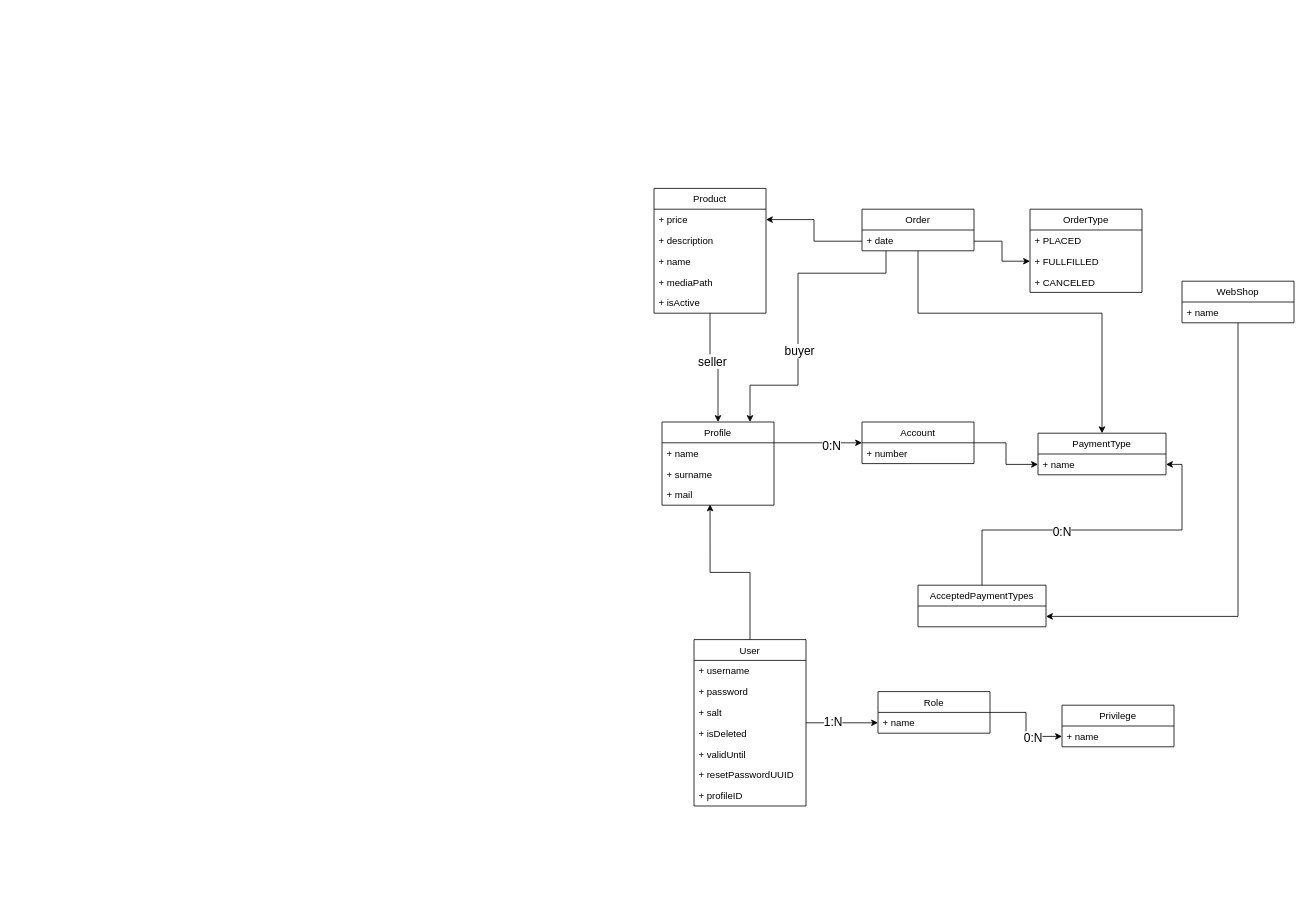
Before: uml/model.drawio in One-E2-Team/ubiquitous-payment, a draw.io diagram. Source tidied: cells renumbered, new cells numbered last; positions are measured from the earlier drawing's top-left corner, leaving out a move shared by most shapes. Both pictures are drawn from the tidied source at 80%, with x=0, y=0 at pixel (654, 188).
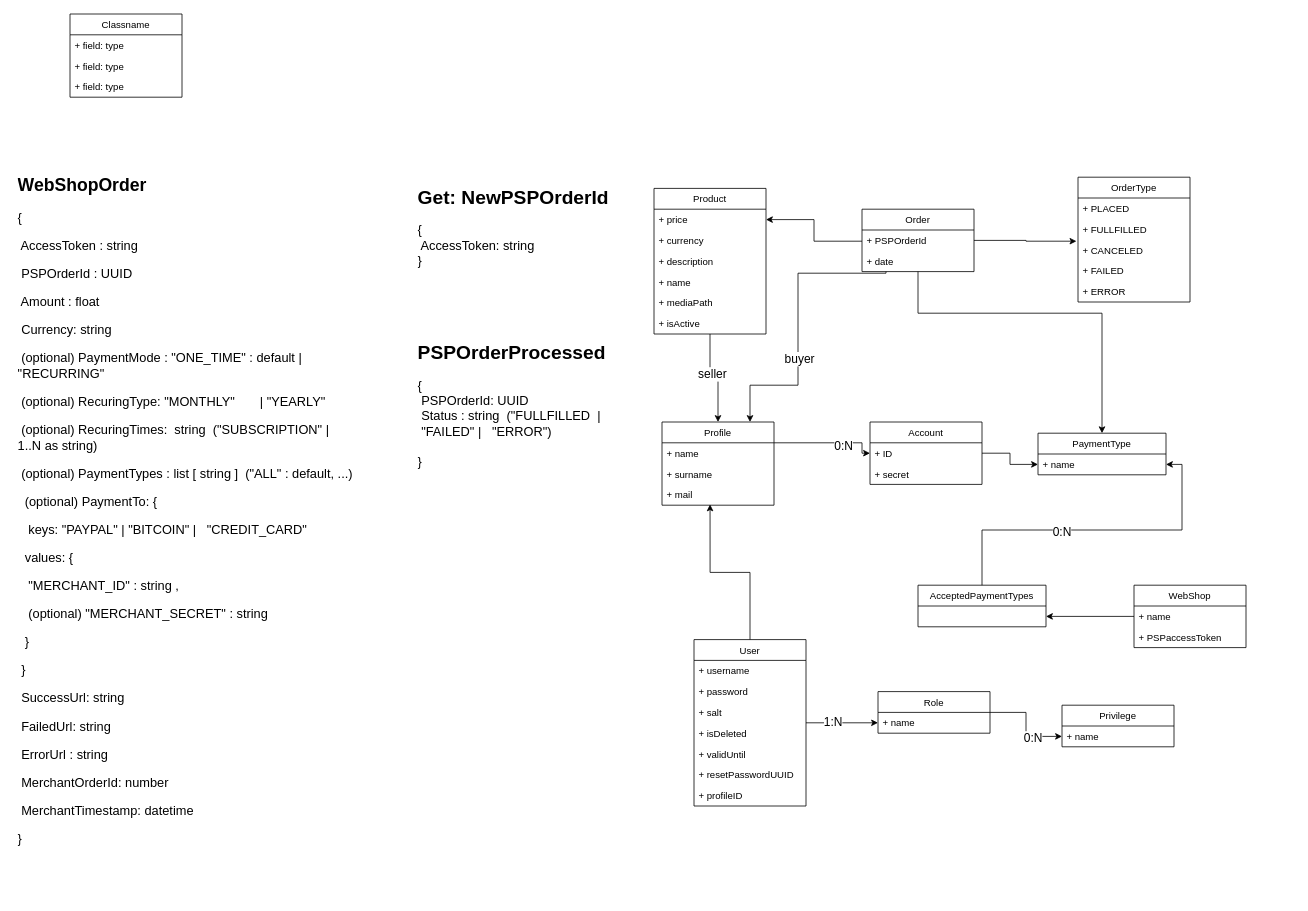
The same page after the edit.

The change refers to these unchanged cells:
```xml
<mxCell id="15" value="Profile" style="swimlane;fontStyle=0;horizontal=1;startSize=26;fillColor=none;" parent="1" vertex="1">
  <mxGeometry x="10" y="292" width="140" height="104" as="geometry" />
</mxCell>
<mxCell id="50" value="+ FULLFILLED" style="text;strokeColor=none;fillColor=none;align=left;verticalAlign=top;spacingLeft=4;spacingRight=4;overflow=hidden;points=[[0,0.5],[1,0.5]];portConstraint=eastwest;fontSize=12;" parent="48" vertex="1">
  <mxGeometry y="52" width="140" height="26" as="geometry" />
</mxCell>
<mxCell id="51" value="+ CANCELED" style="text;strokeColor=none;fillColor=none;align=left;verticalAlign=top;spacingLeft=4;spacingRight=4;overflow=hidden;points=[[0,0.5],[1,0.5]];portConstraint=eastwest;fontSize=12;" parent="48" vertex="1">
  <mxGeometry y="78" width="140" height="26" as="geometry" />
</mxCell>
```

Diff of the diagram source:
```diff
@@
     <mxCell id="4" value="Product" style="swimlane;fontStyle=0;horizontal=1;startSize=26;fillColor=none;" parent="1" vertex="1">
-      <mxGeometry width="140" height="156" as="geometry" />
+      <mxGeometry width="140" height="182" as="geometry" />
     </mxCell>
@@
+    <mxCell id="55" value="+ currency" style="text;strokeColor=none;fillColor=none;align=left;verticalAlign=top;spacingLeft=4;spacingRight=4;overflow=hidden;" parent="4" vertex="1">
+      <mxGeometry y="52" width="140" height="26" as="geometry" />
+    </mxCell>
     <mxCell id="6" value="+ description" style="text;strokeColor=none;fillColor=none;align=left;verticalAlign=top;spacingLeft=4;spacingRight=4;overflow=hidden;" parent="4" vertex="1">
-      <mxGeometry y="52" width="140" height="26" as="geometry" />
+      <mxGeometry y="78" width="140" height="26" as="geometry" />
     </mxCell>
     <mxCell id="7" value="+ name" style="text;strokeColor=none;fillColor=none;align=left;verticalAlign=top;spacingLeft=4;spacingRight=4;overflow=hidden;" parent="4" vertex="1">
-      <mxGeometry y="78" width="140" height="26" as="geometry" />
+      <mxGeometry y="104" width="140" height="26" as="geometry" />
     </mxCell>
     <mxCell id="8" value="+ mediaPath" style="text;strokeColor=none;fillColor=none;align=left;verticalAlign=top;spacingLeft=4;spacingRight=4;overflow=hidden;" parent="4" vertex="1">
-      <mxGeometry y="104" width="140" height="26" as="geometry" />
+      <mxGeometry y="130" width="140" height="26" as="geometry" />
     </mxCell>
     <mxCell id="9" value="+ isActive" style="text;strokeColor=none;fillColor=none;align=left;verticalAlign=top;spacingLeft=4;spacingRight=4;overflow=hidden;" parent="4" vertex="1">
-      <mxGeometry y="130" width="140" height="26" as="geometry" />
+      <mxGeometry y="156" width="140" height="26" as="geometry" />
     </mxCell>
@@
     <mxCell id="11" value="WebShop" style="swimlane;fontStyle=0;horizontal=1;startSize=26;fillColor=none;" parent="1" vertex="1">
-      <mxGeometry x="660" y="116" width="140" height="52" as="geometry" />
+      <mxGeometry x="600" y="496" width="140" height="78" as="geometry" />
     </mxCell>
@@
+    <mxCell id="56" value="+ PSPaccessToken" style="text;strokeColor=none;fillColor=none;align=left;verticalAlign=top;spacingLeft=4;spacingRight=4;overflow=hidden;" parent="11" vertex="1">
+      <mxGeometry y="52" width="140" height="26" as="geometry" />
+    </mxCell>
     <mxCell id="13" style="edgeStyle=orthogonalEdgeStyle;rounded=0;jettySize=auto;html=1;entryX=0;entryY=0.5;entryDx=0;entryDy=0;" parent="1" edge="1" source="15" target="29">
       <mxGeometry relative="1" as="geometry">
         <Array as="points">
-          <mxPoint x="210" y="318" />
-          <mxPoint x="210" y="318" />
+          <mxPoint x="260" y="318" />
         </Array>
       </mxGeometry>
     </mxCell>
@@
-    <mxCell id="22" style="edgeStyle=orthogonalEdgeStyle;rounded=0;jettySize=auto;html=1;entryX=0;entryY=0.5;entryDx=0;entryDy=0;fontSize=15;" parent="1" edge="1" source="24" target="50">
-      <mxGeometry relative="1" as="geometry">
-        <Array as="points">
-          <mxPoint x="435" y="66" />
-          <mxPoint x="435" y="91" />
-        </Array>
-      </mxGeometry>
-    </mxCell>
@@
+    <mxCell id="57" style="edgeStyle=orthogonalEdgeStyle;rounded=0;jettySize=auto;html=1;entryX=-0.014;entryY=0.077;entryDx=0;entryDy=0;entryPerimeter=0;fontSize=24;" parent="1" edge="1" source="24" target="51">
+      <mxGeometry relative="1" as="geometry" />
+    </mxCell>
     <mxCell id="24" value="Order" style="swimlane;fontStyle=0;horizontal=1;startSize=26;fillColor=none;" parent="1" vertex="1">
-      <mxGeometry x="260" y="26" width="140" height="52" as="geometry" />
+      <mxGeometry x="260" y="26" width="140" height="78" as="geometry" />
     </mxCell>
+    <mxCell id="58" value="+ PSPOrderId" style="text;strokeColor=none;fillColor=none;align=left;verticalAlign=top;spacingLeft=4;spacingRight=4;overflow=hidden;" parent="24" vertex="1">
+      <mxGeometry y="26" width="140" height="26" as="geometry" />
+    </mxCell>
     <mxCell id="25" value="+ date" style="text;strokeColor=none;fillColor=none;align=left;verticalAlign=top;spacingLeft=4;spacingRight=4;overflow=hidden;" parent="24" vertex="1">
-      <mxGeometry y="26" width="140" height="26" as="geometry" />
+      <mxGeometry y="52" width="140" height="26" as="geometry" />
     </mxCell>
@@
     <mxCell id="29" value="Account" style="swimlane;fontStyle=0;horizontal=1;startSize=26;fillColor=none;" parent="1" vertex="1">
-      <mxGeometry x="260" y="292" width="140" height="52" as="geometry" />
+      <mxGeometry x="270" y="292" width="140" height="78" as="geometry" />
     </mxCell>
-    <mxCell id="30" value="+ number" style="text;strokeColor=none;fillColor=none;align=left;verticalAlign=top;spacingLeft=4;spacingRight=4;overflow=hidden;" parent="29" vertex="1">
+    <mxCell id="30" value="+ ID" style="text;strokeColor=none;fillColor=none;align=left;verticalAlign=top;spacingLeft=4;spacingRight=4;overflow=hidden;" parent="29" vertex="1">
       <mxGeometry y="26" width="140" height="26" as="geometry" />
     </mxCell>
+    <mxCell id="59" value="+ secret" style="text;strokeColor=none;fillColor=none;align=left;verticalAlign=top;spacingLeft=4;spacingRight=4;overflow=hidden;" parent="29" vertex="1">
+      <mxGeometry y="52" width="140" height="26" as="geometry" />
+    </mxCell>
@@
     <mxCell id="48" value="OrderType" style="swimlane;fontStyle=0;horizontal=1;startSize=26;fillColor=none;fontSize=12;" parent="1" vertex="1">
-      <mxGeometry x="470" y="26" width="140" height="104" as="geometry" />
+      <mxGeometry x="530" y="-14" width="140" height="156" as="geometry" />
     </mxCell>
@@
+    <mxCell id="60" value="+ FAILED" style="text;strokeColor=none;fillColor=none;align=left;verticalAlign=top;spacingLeft=4;spacingRight=4;overflow=hidden;fontSize=12;" parent="48" vertex="1">
+      <mxGeometry y="104" width="140" height="26" as="geometry" />
+    </mxCell>
+    <mxCell id="61" value="+ ERROR" style="text;strokeColor=none;fillColor=none;align=left;verticalAlign=top;spacingLeft=4;spacingRight=4;overflow=hidden;fontSize=12;" parent="48" vertex="1">
+      <mxGeometry y="130" width="140" height="26" as="geometry" />
+    </mxCell>
@@
+    <mxCell id="62" value="Classname" style="swimlane;fontStyle=0;horizontal=1;startSize=26;fillColor=none;" parent="1" vertex="1">
+      <mxGeometry x="-730" y="-218" width="140" height="104" as="geometry" />
+    </mxCell>
+    <mxCell id="63" value="+ field: type" style="text;strokeColor=none;fillColor=none;align=left;verticalAlign=top;spacingLeft=4;spacingRight=4;overflow=hidden;" parent="62" vertex="1">
+      <mxGeometry y="26" width="140" height="26" as="geometry" />
+    </mxCell>
+    <mxCell id="64" value="+ field: type" style="text;strokeColor=none;fillColor=none;align=left;verticalAlign=top;spacingLeft=4;spacingRight=4;overflow=hidden;" parent="62" vertex="1">
+      <mxGeometry y="52" width="140" height="26" as="geometry" />
+    </mxCell>
+    <mxCell id="65" value="+ field: type" style="text;strokeColor=none;fillColor=none;align=left;verticalAlign=top;spacingLeft=4;spacingRight=4;overflow=hidden;" parent="62" vertex="1">
+      <mxGeometry y="78" width="140" height="26" as="geometry" />
+    </mxCell>
+    <mxCell id="66" value="&lt;h1&gt;&lt;font style=&quot;font-size: 22px&quot;&gt;WebShopOrder&amp;nbsp;&lt;/font&gt;&lt;/h1&gt;&lt;p style=&quot;font-size: 16px&quot;&gt;&lt;font style=&quot;font-size: 16px&quot;&gt;{&lt;/font&gt;&lt;/p&gt;&lt;p style=&quot;font-size: 16px&quot;&gt;&lt;font style=&quot;font-size: 16px&quot;&gt;&lt;span style=&quot;white-space: pre&quot;&gt; &lt;/span&gt;AccessToken : string&lt;br&gt;&lt;/font&gt;&lt;/p&gt;&lt;p style=&quot;font-size: 16px&quot;&gt;&lt;font style=&quot;font-size: 16px&quot;&gt;&lt;span style=&quot;white-space: pre&quot;&gt; &lt;/span&gt;PSPOrderId : UUID&lt;br&gt;&lt;/font&gt;&lt;/p&gt;&lt;p style=&quot;font-size: 16px&quot;&gt;&lt;span style=&quot;white-space: pre&quot;&gt; &lt;/span&gt;Amount : float&lt;br&gt;&lt;/p&gt;&lt;p style=&quot;font-size: 16px&quot;&gt;&lt;span style=&quot;white-space: pre&quot;&gt; &lt;/span&gt;Currency: string&lt;br&gt;&lt;/p&gt;&lt;p style=&quot;font-size: 16px&quot;&gt;&lt;span style=&quot;white-space: pre&quot;&gt; &lt;/span&gt;(optional) PaymentMode : &quot;ONE_TIME&quot; : default | &quot;RECURRING&quot;&amp;nbsp;&lt;br&gt;&lt;/p&gt;&lt;p style=&quot;font-size: 16px&quot;&gt;&lt;span style=&quot;white-space: pre&quot;&gt; &lt;/span&gt;(optional) RecuringType: &quot;MONTHLY&quot; &lt;span style=&quot;white-space: pre&quot;&gt; &lt;/span&gt;&lt;span style=&quot;white-space: pre&quot;&gt; &lt;/span&gt;&lt;span style=&quot;white-space: pre&quot;&gt; &lt;/span&gt;&lt;span style=&quot;white-space: pre&quot;&gt; &lt;/span&gt;&lt;span style=&quot;white-space: pre&quot;&gt; &lt;/span&gt;&lt;span style=&quot;white-space: pre&quot;&gt; &lt;/span&gt;|&amp;nbsp;&lt;span&gt;&quot;YEARLY&quot;&lt;/span&gt;&lt;/p&gt;&lt;p style=&quot;font-size: 16px&quot;&gt;&lt;span&gt;&lt;span style=&quot;white-space: pre&quot;&gt; &lt;/span&gt;(optional) RecuringTimes:&amp;nbsp; string &lt;span style=&quot;white-space: pre&quot;&gt; &lt;/span&gt;(&quot;SUBSCRIPTION&quot; |&amp;nbsp; 1..N as string)&lt;br&gt;&lt;/span&gt;&lt;/p&gt;&lt;p style=&quot;font-size: 16px&quot;&gt;&lt;span&gt;&lt;span style=&quot;white-space: pre&quot;&gt; &lt;/span&gt;(optional) PaymentTypes : list [ string ] &lt;span style=&quot;white-space: pre&quot;&gt; &lt;/span&gt;(&quot;ALL&quot; : default, ...)&lt;/span&gt;&lt;/p&gt;&lt;p style=&quot;font-size: 16px&quot;&gt;&lt;span&gt;&lt;span style=&quot;white-space: pre&quot;&gt; &lt;/span&gt;&amp;nbsp;(optional) PaymentTo: {&lt;br&gt;&lt;/span&gt;&lt;/p&gt;&lt;p style=&quot;font-size: 16px&quot;&gt;&lt;span&gt;&lt;span style=&quot;white-space: pre&quot;&gt; &lt;/span&gt;&lt;span style=&quot;white-space: pre&quot;&gt; &lt;/span&gt;&amp;nbsp;keys: &quot;PAYPAL&quot; | &quot;BITCOIN&quot; | &lt;span style=&quot;white-space: pre&quot;&gt; &lt;/span&gt;&lt;span style=&quot;white-space: pre&quot;&gt; &lt;/span&gt;&quot;CREDIT_CARD&quot;&lt;br&gt;&lt;/span&gt;&lt;/p&gt;&lt;p style=&quot;font-size: 16px&quot;&gt;&lt;span&gt;&lt;span style=&quot;white-space: pre&quot;&gt; &lt;/span&gt;&lt;span style=&quot;white-space: pre&quot;&gt; &lt;/span&gt;values: {&lt;br&gt;&lt;/span&gt;&lt;/p&gt;&lt;p style=&quot;font-size: 16px&quot;&gt;&lt;span&gt;&lt;span style=&quot;white-space: pre&quot;&gt; &lt;/span&gt;&lt;span style=&quot;white-space: pre&quot;&gt; &lt;/span&gt;&lt;span style=&quot;white-space: pre&quot;&gt; &lt;/span&gt;&quot;MERCHANT_ID&quot; : string ,&lt;br&gt;&lt;/span&gt;&lt;/p&gt;&lt;p style=&quot;font-size: 16px&quot;&gt;&lt;span&gt;&lt;span style=&quot;white-space: pre&quot;&gt; &lt;/span&gt;&lt;span style=&quot;white-space: pre&quot;&gt; &lt;/span&gt;&lt;span style=&quot;white-space: pre&quot;&gt; &lt;/span&gt;(optional) &quot;MERCHANT_SECRET&quot; : string&lt;br&gt;&lt;/span&gt;&lt;/p&gt;&lt;p style=&quot;font-size: 16px&quot;&gt;&lt;span&gt;&lt;span style=&quot;white-space: pre&quot;&gt; &lt;/span&gt;&lt;span style=&quot;white-space: pre&quot;&gt; &lt;/span&gt;}&lt;br&gt;&lt;/span&gt;&lt;/p&gt;&lt;p style=&quot;font-size: 16px&quot;&gt;&lt;span&gt;&lt;span style=&quot;white-space: pre&quot;&gt; &lt;/span&gt;}&lt;br&gt;&lt;/span&gt;&lt;/p&gt;&lt;p style=&quot;font-size: 16px&quot;&gt;&lt;span&gt;&lt;span style=&quot;white-space: pre&quot;&gt; &lt;/span&gt;SuccessUrl: string&lt;br&gt;&lt;/span&gt;&lt;/p&gt;&lt;p style=&quot;font-size: 16px&quot;&gt;&lt;span&gt;&lt;span style=&quot;white-space: pre&quot;&gt; &lt;/span&gt;FailedUrl: string&lt;br&gt;&lt;/span&gt;&lt;/p&gt;&lt;p style=&quot;font-size: 16px&quot;&gt;&lt;span&gt;&lt;span style=&quot;white-space: pre&quot;&gt; &lt;/span&gt;ErrorUrl : string&lt;br&gt;&lt;/span&gt;&lt;/p&gt;&lt;p style=&quot;font-size: 16px&quot;&gt;&lt;span&gt;&lt;span style=&quot;white-space: pre&quot;&gt; &lt;/span&gt;MerchantOrderId: number&lt;br&gt;&lt;/span&gt;&lt;/p&gt;&lt;p style=&quot;font-size: 16px&quot;&gt;&lt;span&gt;&lt;span style=&quot;white-space: pre&quot;&gt; &lt;/span&gt;MerchantTimestamp: datetime&lt;br&gt;&lt;/span&gt;&lt;/p&gt;&lt;p style=&quot;font-size: 16px&quot;&gt;&lt;font style=&quot;font-size: 16px&quot;&gt;}&lt;/font&gt;&lt;/p&gt;" style="text;html=1;strokeColor=none;fillColor=none;spacing=5;spacingTop=-20;whiteSpace=wrap;overflow=hidden;rounded=0;" parent="1" vertex="1">
+      <mxGeometry x="-800" y="-24" width="430" height="910" as="geometry" />
+    </mxCell>
+    <mxCell id="67" value="&lt;h1 style=&quot;font-size: 24px&quot;&gt;Get: NewPSPOrderId&lt;/h1&gt;&lt;div&gt;{&lt;/div&gt;&lt;div&gt;&lt;span style=&quot;white-space: pre&quot;&gt; &lt;/span&gt;AccessToken: string&lt;br&gt;&lt;/div&gt;&lt;div&gt;}&lt;/div&gt;" style="text;html=1;strokeColor=none;fillColor=none;spacing=5;spacingTop=-20;whiteSpace=wrap;overflow=hidden;rounded=0;fontSize=16;" parent="1" vertex="1">
+      <mxGeometry x="-300" y="-8" width="250" height="134" as="geometry" />
+    </mxCell>
+    <mxCell id="68" value="&lt;h1 style=&quot;font-size: 24px&quot;&gt;PSPOrderProcessed&lt;/h1&gt;&lt;div&gt;{&lt;/div&gt;&lt;div&gt;&lt;span style=&quot;white-space: pre&quot;&gt; &lt;/span&gt;PSPOrderId: UUID&lt;br&gt;&lt;/div&gt;&lt;div&gt;&lt;span style=&quot;white-space: pre&quot;&gt; &lt;/span&gt;Status : string &lt;span style=&quot;white-space: pre&quot;&gt; &lt;/span&gt;(&quot;FULLFILLED&amp;nbsp;&amp;nbsp;|&amp;nbsp;&quot;FAILED&quot; | &lt;span style=&quot;white-space: pre&quot;&gt; &lt;/span&gt;&lt;span style=&quot;white-space: pre&quot;&gt; &lt;/span&gt;&quot;ERROR&quot;)&lt;/div&gt;&lt;div&gt;&lt;br&gt;&lt;/div&gt;&lt;div&gt;}&lt;/div&gt;" style="text;html=1;strokeColor=none;fillColor=none;spacing=5;spacingTop=-20;whiteSpace=wrap;overflow=hidden;rounded=0;fontSize=16;" parent="1" vertex="1">
+      <mxGeometry x="-300" y="186" width="260" height="180" as="geometry" />
+    </mxCell>
```
